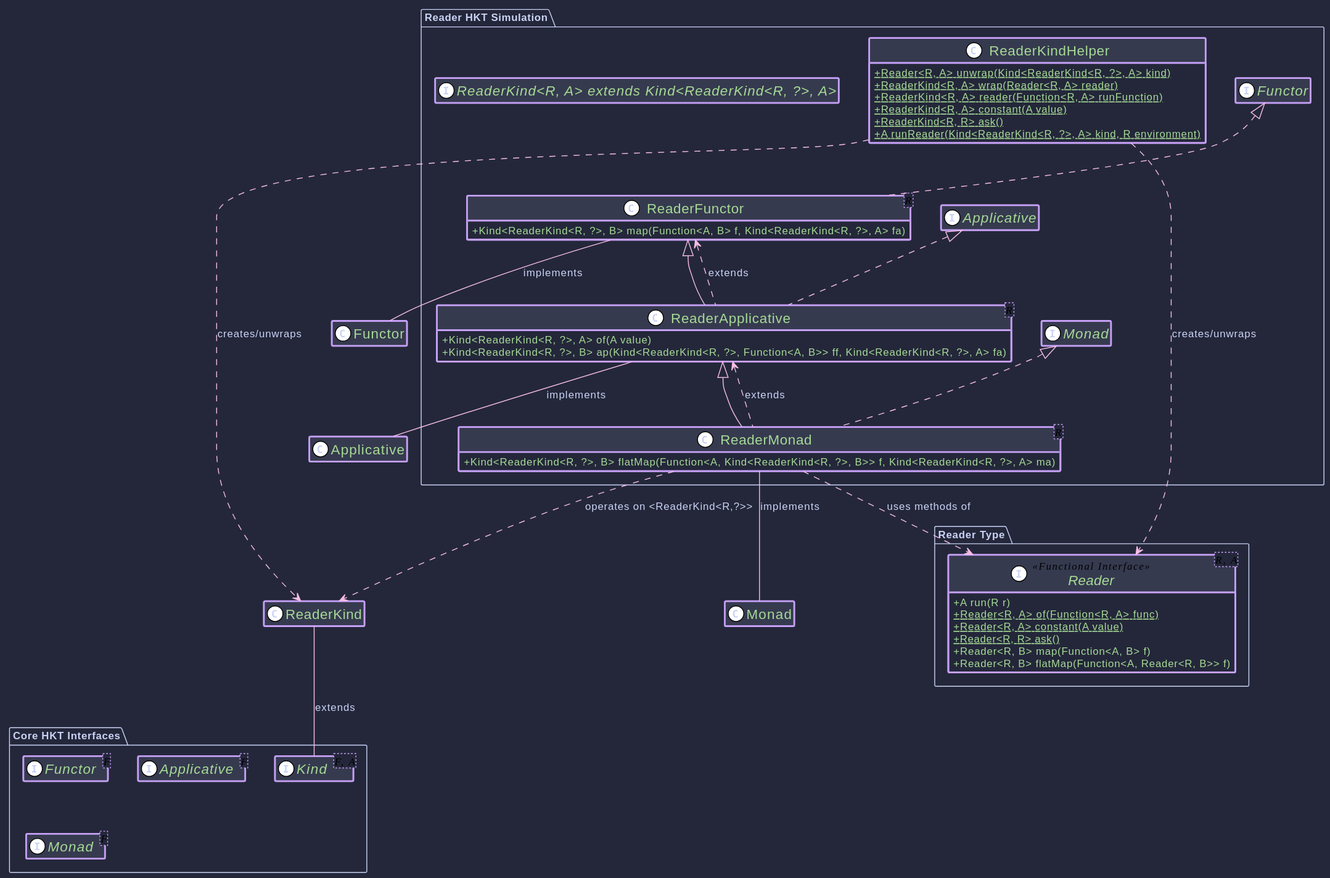
Earlier version of the PlantUML export hkj-book/src/images/puml/reader_monad.svg (higher-kinded-j/higher-kinded-j).
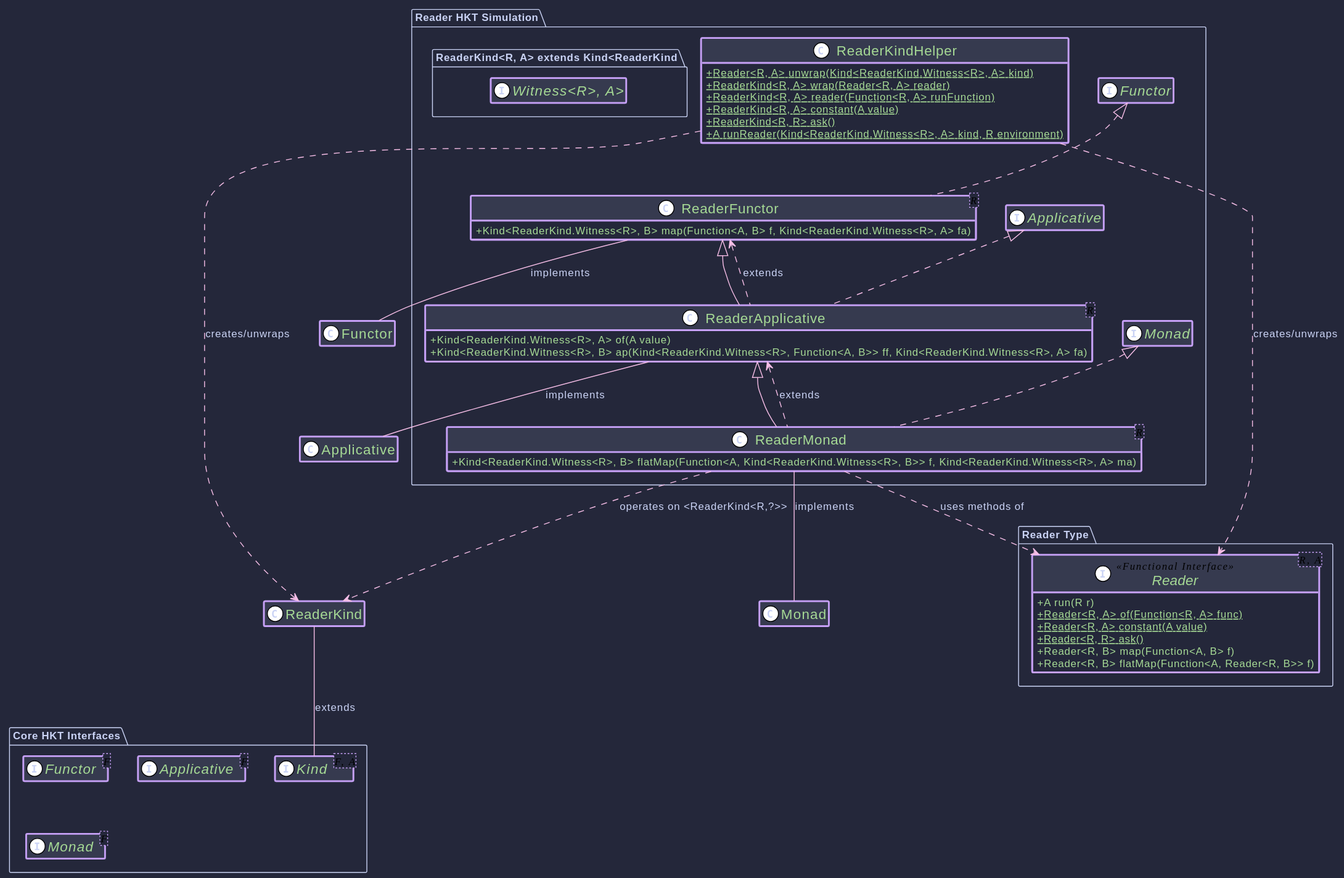
The same file after the commit.

Change to the diagram source:
```diff
@@ -25,26 +25,26 @@
 }
 
 package "Reader HKT Simulation" {
-    interface "ReaderKind<R, A> extends Kind<ReaderKind<R, ?>, A>"
+    interface "ReaderKind<R, A> extends Kind<ReaderKind.Witness<R>, A>"
 
     class ReaderKindHelper {
-      + {static} Reader<R, A> unwrap(Kind<ReaderKind<R, ?>, A> kind)
+      + {static} Reader<R, A> unwrap(Kind<ReaderKind.Witness<R>, A> kind)
       + {static} ReaderKind<R, A> wrap(Reader<R, A> reader)
       + {static} ReaderKind<R, A> reader(Function<R, A> runFunction)
       + {static} ReaderKind<R, A> constant(A value)
       + {static} ReaderKind<R, R> ask()
-      + {static} A runReader(Kind<ReaderKind<R, ?>, A> kind, R environment)
+      + {static} A runReader(Kind<ReaderKind.Witness<R>, A> kind, R environment)
     }
 
-    class ReaderFunctor<R> implements Functor<ReaderKind<R, ?>> {
-       + Kind<ReaderKind<R, ?>, B> map(Function<A, B> f, Kind<ReaderKind<R, ?>, A> fa)
+    class ReaderFunctor<R> implements Functor<ReaderKind.Witness<R>> {
+       + Kind<ReaderKind.Witness<R>, B> map(Function<A, B> f, Kind<ReaderKind.Witness<R>, A> fa)
     }
-    class ReaderApplicative<R> extends ReaderFunctor<R> implements Applicative<ReaderKind<R, ?>> {
-       + Kind<ReaderKind<R, ?>, A> of(A value)
-       + Kind<ReaderKind<R, ?>, B> ap(Kind<ReaderKind<R, ?>, Function<A, B>> ff, Kind<ReaderKind<R, ?>, A> fa)
+    class ReaderApplicative<R> extends ReaderFunctor<R> implements Applicative<ReaderKind.Witness<R>> {
+       + Kind<ReaderKind.Witness<R>, A> of(A value)
+       + Kind<ReaderKind.Witness<R>, B> ap(Kind<ReaderKind.Witness<R>, Function<A, B>> ff, Kind<ReaderKind.Witness<R>, A> fa)
     }
-    class ReaderMonad<R> extends ReaderApplicative<R> implements Monad<ReaderKind<R, ?>> {
-       + Kind<ReaderKind<R, ?>, B> flatMap(Function<A, Kind<ReaderKind<R, ?>, B>> f, Kind<ReaderKind<R, ?>, A> ma)
+    class ReaderMonad<R> extends ReaderApplicative<R> implements Monad<ReaderKind.Witness<R>> {
+       + Kind<ReaderKind.Witness<R>, B> flatMap(Function<A, Kind<ReaderKind.Witness<R>, B>> f, Kind<ReaderKind.Witness<R>, A> ma)
     }
 }
 
```
